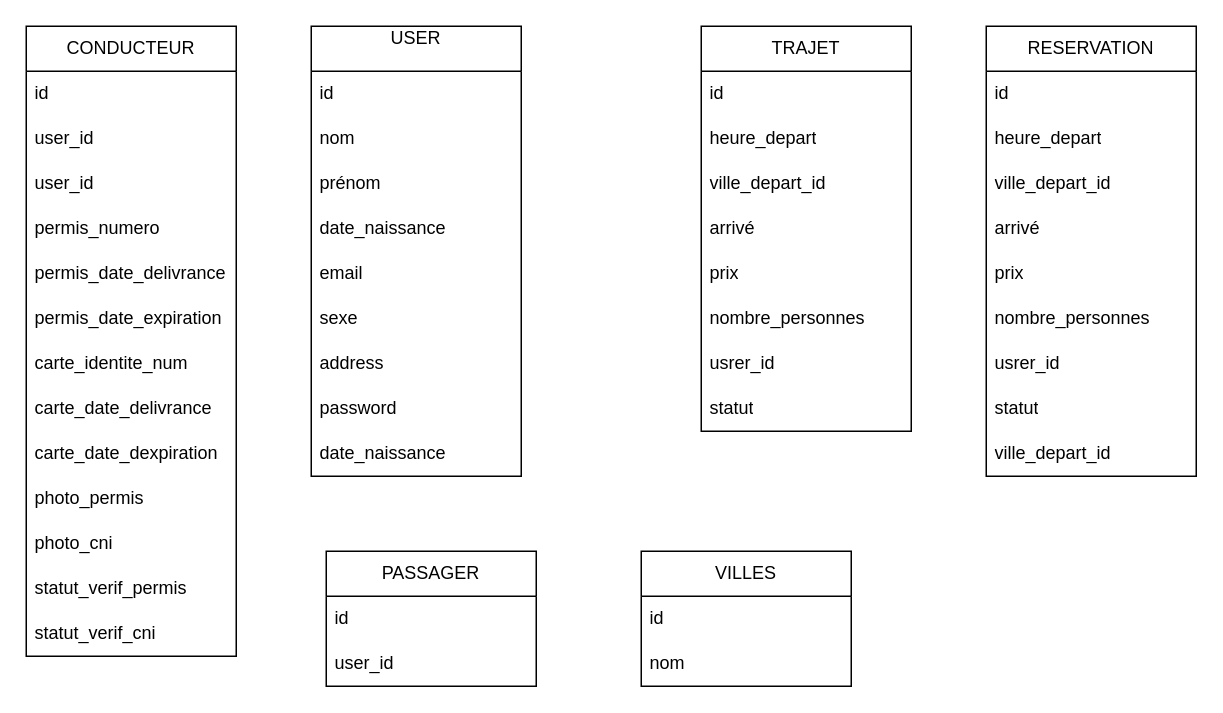
This is covoiturage.drawio from frejusnorton/voyage, a draw.io file, before an edit. Source tidied: cells renumbered, new cells numbered last; positions are measured from the earlier drawing's top-left corner, leaving out a move shared by most shapes. Both pictures are drawn from the tidied source at 150%, with x=0, y=0 at pixel (26, 26).
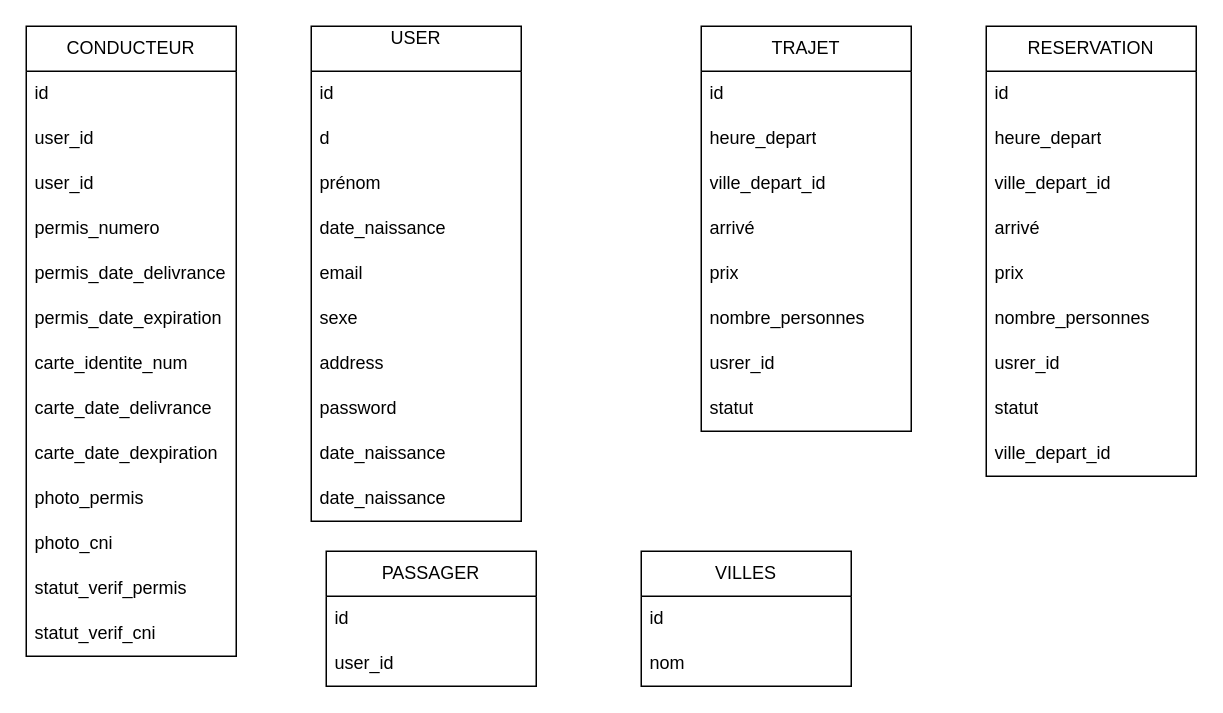
The same page after the edit.

What changed in the source:
```diff
@@
     <mxCell id="25" value="USER&lt;div&gt;&lt;br&gt;&lt;/div&gt;" style="swimlane;fontStyle=0;horizontal=1;startSize=30;whiteSpace=wrap;html=1;" parent="1" vertex="1">
-      <mxGeometry x="190" width="140" height="300" as="geometry" />
+      <mxGeometry x="190" width="140" height="330" as="geometry" />
     </mxCell>
@@
-    <mxCell id="27" value="nom" style="text;strokeColor=none;fillColor=none;align=left;verticalAlign=middle;spacingLeft=4;spacingRight=4;overflow=hidden;whiteSpace=wrap;html=1;" parent="25" vertex="1">
+    <mxCell id="27" value="d" style="text;strokeColor=none;fillColor=none;align=left;verticalAlign=middle;spacingLeft=4;spacingRight=4;overflow=hidden;whiteSpace=wrap;html=1;" parent="25" vertex="1">
       <mxGeometry y="60" width="140" height="30" as="geometry" />
     </mxCell>
@@
+    <mxCell id="51" value="date_naissance" style="text;strokeColor=none;fillColor=none;align=left;verticalAlign=middle;spacingLeft=4;spacingRight=4;overflow=hidden;whiteSpace=wrap;html=1;" parent="25" vertex="1">
+      <mxGeometry y="300" width="140" height="30" as="geometry" />
+    </mxCell>
```
